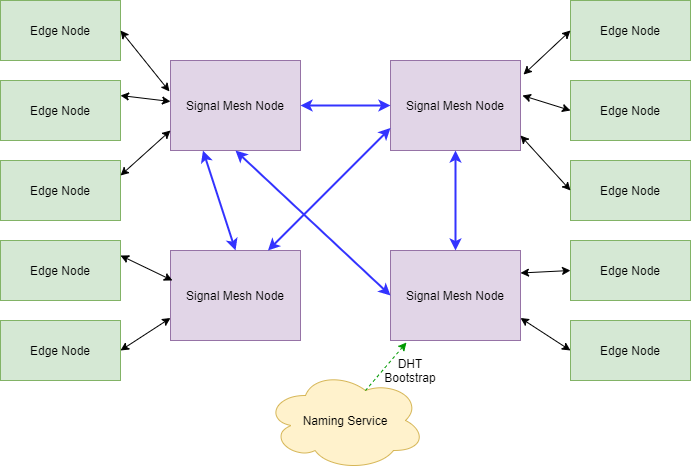
Earlier version of the draw.io export docs/content/diagrams/signal-mesh.png (dxos/mesh). Source tidied: cells renumbered, new cells last; positions are measured from the earlier drawing's top-left corner, leaving out a move shared by most shapes. Source of this version:
```xml
<mxGraphModel>
  <root>
    <mxCell id="0" />
    <mxCell id="1" parent="0" />
    <mxCell id="2" value="Signal Mesh Node" style="rounded=0;whiteSpace=wrap;html=1;fillColor=#e1d5e7;strokeColor=#9673a6;" parent="1" vertex="1">
      <mxGeometry x="170" y="60" width="130" height="90" as="geometry" />
    </mxCell>
    <mxCell id="3" value="Edge Node" style="rounded=0;whiteSpace=wrap;html=1;fillColor=#d5e8d4;strokeColor=#82b366;" parent="1" vertex="1">
      <mxGeometry width="120" height="60" as="geometry" />
    </mxCell>
    <mxCell id="4" value="Edge Node" style="rounded=0;whiteSpace=wrap;html=1;fillColor=#d5e8d4;strokeColor=#82b366;" parent="1" vertex="1">
      <mxGeometry x="570" width="120" height="60" as="geometry" />
    </mxCell>
    <mxCell id="5" value="Signal Mesh Node" style="rounded=0;whiteSpace=wrap;html=1;fillColor=#e1d5e7;strokeColor=#9673a6;" parent="1" vertex="1">
      <mxGeometry x="390" y="60" width="130" height="90" as="geometry" />
    </mxCell>
    <mxCell id="6" value="Signal Mesh Node" style="rounded=0;whiteSpace=wrap;html=1;fillColor=#e1d5e7;strokeColor=#9673a6;" parent="1" vertex="1">
      <mxGeometry x="170" y="250" width="130" height="90" as="geometry" />
    </mxCell>
    <mxCell id="7" value="Edge Node" style="rounded=0;whiteSpace=wrap;html=1;fillColor=#d5e8d4;strokeColor=#82b366;" parent="1" vertex="1">
      <mxGeometry y="80" width="120" height="60" as="geometry" />
    </mxCell>
    <mxCell id="8" value="Edge Node" style="rounded=0;whiteSpace=wrap;html=1;fillColor=#d5e8d4;strokeColor=#82b366;" parent="1" vertex="1">
      <mxGeometry y="160" width="120" height="60" as="geometry" />
    </mxCell>
    <mxCell id="9" value="Signal Mesh Node" style="rounded=0;whiteSpace=wrap;html=1;fillColor=#e1d5e7;strokeColor=#9673a6;" parent="1" vertex="1">
      <mxGeometry x="390" y="250" width="130" height="90" as="geometry" />
    </mxCell>
    <mxCell id="10" value="Edge Node" style="rounded=0;whiteSpace=wrap;html=1;fillColor=#d5e8d4;strokeColor=#82b366;" parent="1" vertex="1">
      <mxGeometry y="240" width="120" height="60" as="geometry" />
    </mxCell>
    <mxCell id="11" value="Edge Node" style="rounded=0;whiteSpace=wrap;html=1;fillColor=#d5e8d4;strokeColor=#82b366;" parent="1" vertex="1">
      <mxGeometry y="320" width="120" height="60" as="geometry" />
    </mxCell>
    <mxCell id="12" value="Edge Node" style="rounded=0;whiteSpace=wrap;html=1;fillColor=#d5e8d4;strokeColor=#82b366;" parent="1" vertex="1">
      <mxGeometry x="570" y="80" width="120" height="60" as="geometry" />
    </mxCell>
    <mxCell id="13" value="Edge Node" style="rounded=0;whiteSpace=wrap;html=1;fillColor=#d5e8d4;strokeColor=#82b366;" parent="1" vertex="1">
      <mxGeometry x="570" y="160" width="120" height="60" as="geometry" />
    </mxCell>
    <mxCell id="14" value="Edge Node" style="rounded=0;whiteSpace=wrap;html=1;fillColor=#d5e8d4;strokeColor=#82b366;" parent="1" vertex="1">
      <mxGeometry x="570" y="240" width="120" height="60" as="geometry" />
    </mxCell>
    <mxCell id="15" value="Edge Node" style="rounded=0;whiteSpace=wrap;html=1;fillColor=#d5e8d4;strokeColor=#82b366;" parent="1" vertex="1">
      <mxGeometry x="570" y="320" width="120" height="60" as="geometry" />
    </mxCell>
    <mxCell id="16" value="Naming Service" style="ellipse;shape=cloud;whiteSpace=wrap;html=1;fillColor=#fff2cc;strokeColor=#d6b656;" parent="1" vertex="1">
      <mxGeometry x="265" y="370" width="160" height="100" as="geometry" />
    </mxCell>
    <mxCell id="17" style="endArrow=classic;startArrow=classic;html=1;exitX=1;exitY=0.5;exitDx=0;exitDy=0;entryX=-0.008;entryY=0.344;entryDx=0;entryDy=0;entryPerimeter=0;" parent="1" edge="1" source="3" target="2">
      <mxGeometry relative="1" as="geometry" />
    </mxCell>
    <mxCell id="18" style="endArrow=classic;startArrow=classic;html=1;exitX=1;exitY=0.25;exitDx=0;exitDy=0;" parent="1" edge="1" source="7">
      <mxGeometry relative="1" as="geometry">
        <mxPoint x="170" y="101" as="targetPoint" />
      </mxGeometry>
    </mxCell>
    <mxCell id="19" style="endArrow=classic;startArrow=classic;html=1;exitX=1;exitY=0.25;exitDx=0;exitDy=0;" parent="1" edge="1" source="8">
      <mxGeometry relative="1" as="geometry">
        <mxPoint x="170" y="130" as="targetPoint" />
      </mxGeometry>
    </mxCell>
    <mxCell id="20" style="endArrow=classic;startArrow=classic;html=1;exitX=1;exitY=0.25;exitDx=0;exitDy=0;entryX=0.015;entryY=0.333;entryDx=0;entryDy=0;entryPerimeter=0;" parent="1" edge="1" source="10" target="6">
      <mxGeometry relative="1" as="geometry" />
    </mxCell>
    <mxCell id="21" style="endArrow=classic;startArrow=classic;html=1;exitX=1;exitY=0.5;exitDx=0;exitDy=0;entryX=0;entryY=0.75;entryDx=0;entryDy=0;" parent="1" edge="1" source="11" target="6">
      <mxGeometry relative="1" as="geometry" />
    </mxCell>
    <mxCell id="22" style="endArrow=classic;startArrow=classic;html=1;entryX=0;entryY=0.5;entryDx=0;entryDy=0;exitX=1;exitY=0.5;exitDx=0;exitDy=0;strokeColor=#3333FF;strokeWidth=2;" parent="1" edge="1" source="2" target="5">
      <mxGeometry relative="1" as="geometry" />
    </mxCell>
    <mxCell id="23" style="endArrow=classic;startArrow=classic;html=1;entryX=0;entryY=0.5;entryDx=0;entryDy=0;exitX=0.5;exitY=1;exitDx=0;exitDy=0;strokeColor=#3333FF;strokeWidth=2;" parent="1" edge="1" source="2" target="9">
      <mxGeometry relative="1" as="geometry" />
    </mxCell>
    <mxCell id="24" style="endArrow=classic;startArrow=classic;html=1;entryX=0.5;entryY=1;entryDx=0;entryDy=0;exitX=0.5;exitY=0;exitDx=0;exitDy=0;strokeColor=#3333FF;strokeWidth=2;" parent="1" edge="1" source="9" target="5">
      <mxGeometry relative="1" as="geometry" />
    </mxCell>
    <mxCell id="25" style="endArrow=classic;startArrow=classic;html=1;entryX=0.25;entryY=1;entryDx=0;entryDy=0;exitX=0.5;exitY=0;exitDx=0;exitDy=0;strokeColor=#3333FF;strokeWidth=2;" parent="1" edge="1" source="6" target="2">
      <mxGeometry relative="1" as="geometry" />
    </mxCell>
    <mxCell id="26" style="endArrow=classic;startArrow=classic;html=1;entryX=0;entryY=0.75;entryDx=0;entryDy=0;exitX=0.75;exitY=0;exitDx=0;exitDy=0;strokeColor=#3333FF;strokeWidth=2;" parent="1" edge="1" source="6" target="5">
      <mxGeometry relative="1" as="geometry" />
    </mxCell>
    <mxCell id="27" style="endArrow=none;startArrow=classic;html=1;exitX=0.123;exitY=1.022;exitDx=0;exitDy=0;entryX=0.625;entryY=0.2;entryDx=0;entryDy=0;entryPerimeter=0;strokeColor=#009900;dashed=1;exitPerimeter=0;endFill=0;" parent="1" edge="1" source="9" target="16">
      <mxGeometry relative="1" as="geometry" />
    </mxCell>
    <mxCell id="28" value="DHT Bootstrap" style="text;html=1;strokeColor=none;fillColor=none;align=center;verticalAlign=middle;whiteSpace=wrap;rounded=0;" parent="1" vertex="1">
      <mxGeometry x="380" y="360" width="60" height="20" as="geometry" />
    </mxCell>
    <mxCell id="29" style="endArrow=classic;startArrow=classic;html=1;exitX=1;exitY=0.75;exitDx=0;exitDy=0;entryX=0;entryY=0.5;entryDx=0;entryDy=0;" parent="1" edge="1" source="9" target="15">
      <mxGeometry relative="1" as="geometry" />
    </mxCell>
    <mxCell id="30" style="endArrow=classic;startArrow=classic;html=1;exitX=1;exitY=0.25;exitDx=0;exitDy=0;entryX=0;entryY=0.5;entryDx=0;entryDy=0;" parent="1" edge="1" source="9" target="14">
      <mxGeometry relative="1" as="geometry" />
    </mxCell>
    <mxCell id="31" style="endArrow=classic;startArrow=classic;html=1;exitX=1;exitY=0.833;exitDx=0;exitDy=0;entryX=0;entryY=0.5;entryDx=0;entryDy=0;exitPerimeter=0;" parent="1" edge="1" source="5" target="13">
      <mxGeometry relative="1" as="geometry" />
    </mxCell>
    <mxCell id="32" style="endArrow=classic;startArrow=classic;html=1;exitX=1.015;exitY=0.389;exitDx=0;exitDy=0;entryX=0;entryY=0.5;entryDx=0;entryDy=0;exitPerimeter=0;" parent="1" edge="1" source="5" target="12">
      <mxGeometry relative="1" as="geometry" />
    </mxCell>
    <mxCell id="33" style="endArrow=classic;startArrow=classic;html=1;exitX=1.023;exitY=0.156;exitDx=0;exitDy=0;entryX=0;entryY=0.5;entryDx=0;entryDy=0;exitPerimeter=0;" parent="1" edge="1" source="5" target="4">
      <mxGeometry relative="1" as="geometry" />
    </mxCell>
  </root>
</mxGraphModel>
```
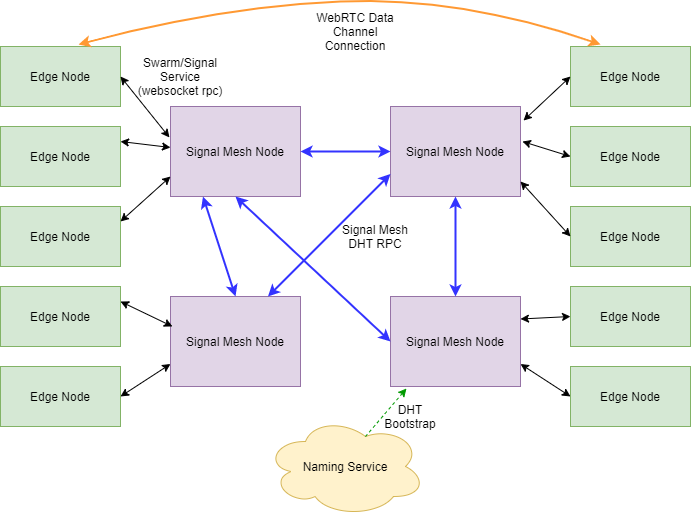
After the change.

What changed in the source:
```diff
@@ -102,5 +102,23 @@
     <mxCell id="33" style="endArrow=classic;startArrow=classic;html=1;exitX=1.023;exitY=0.156;exitDx=0;exitDy=0;entryX=0;entryY=0.5;entryDx=0;entryDy=0;exitPerimeter=0;" parent="1" edge="1" source="5" target="4">
       <mxGeometry relative="1" as="geometry" />
     </mxCell>
+    <mxCell id="34" value="Swarm/Signal&lt;br&gt;Service (websocket rpc)" style="text;html=1;strokeColor=none;fillColor=none;align=center;verticalAlign=middle;whiteSpace=wrap;rounded=0;" parent="1" vertex="1">
+      <mxGeometry x="130" y="10" width="100" height="40" as="geometry" />
+    </mxCell>
+    <mxCell id="35" style="curved=1;endArrow=classic;html=1;strokeWidth=2;strokeColor=#FF9933;startArrow=classic;startFill=1;exitX=0.65;exitY=-0.033;exitDx=0;exitDy=0;exitPerimeter=0;" parent="1" edge="1" source="3">
+      <mxGeometry relative="1" as="geometry">
+        <mxPoint x="600" y="-2" as="targetPoint" />
+        <Array as="points">
+          <mxPoint x="220" y="-40" />
+          <mxPoint x="460" y="-50" />
+        </Array>
+      </mxGeometry>
+    </mxCell>
+    <mxCell id="36" value="WebRTC Data Channel Connection" style="text;html=1;strokeColor=none;fillColor=none;align=center;verticalAlign=middle;whiteSpace=wrap;rounded=0;" parent="1" vertex="1">
+      <mxGeometry x="300" y="-40" width="110" height="50" as="geometry" />
+    </mxCell>
+    <mxCell id="37" value="Signal Mesh DHT RPC" style="text;html=1;strokeColor=none;fillColor=none;align=center;verticalAlign=middle;whiteSpace=wrap;rounded=0;" parent="1" vertex="1">
+      <mxGeometry x="340" y="170" width="70" height="40" as="geometry" />
+    </mxCell>
   </root>
 </mxGraphModel>
```
